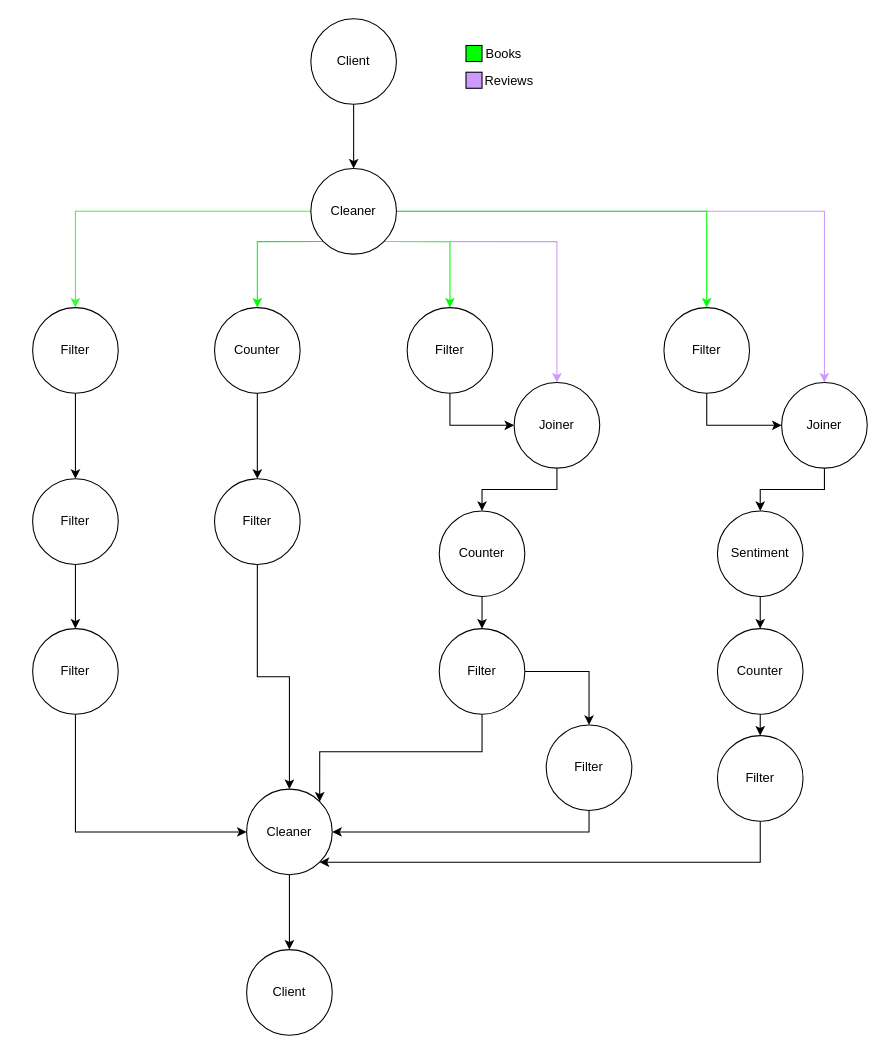
mateogdupont/escalabilidad keeps this draw.io diagram as page "DAG" (8 of 9) of diagrams/diagramas.drawio. Above is the earlier version. Source tidied: cells renumbered, new cells numbered last; positions are measured from the earlier drawing's top-left corner, leaving out a move shared by most shapes. Both pictures are drawn from the tidied source at 107%, with x=0, y=0 at pixel (32, 18).
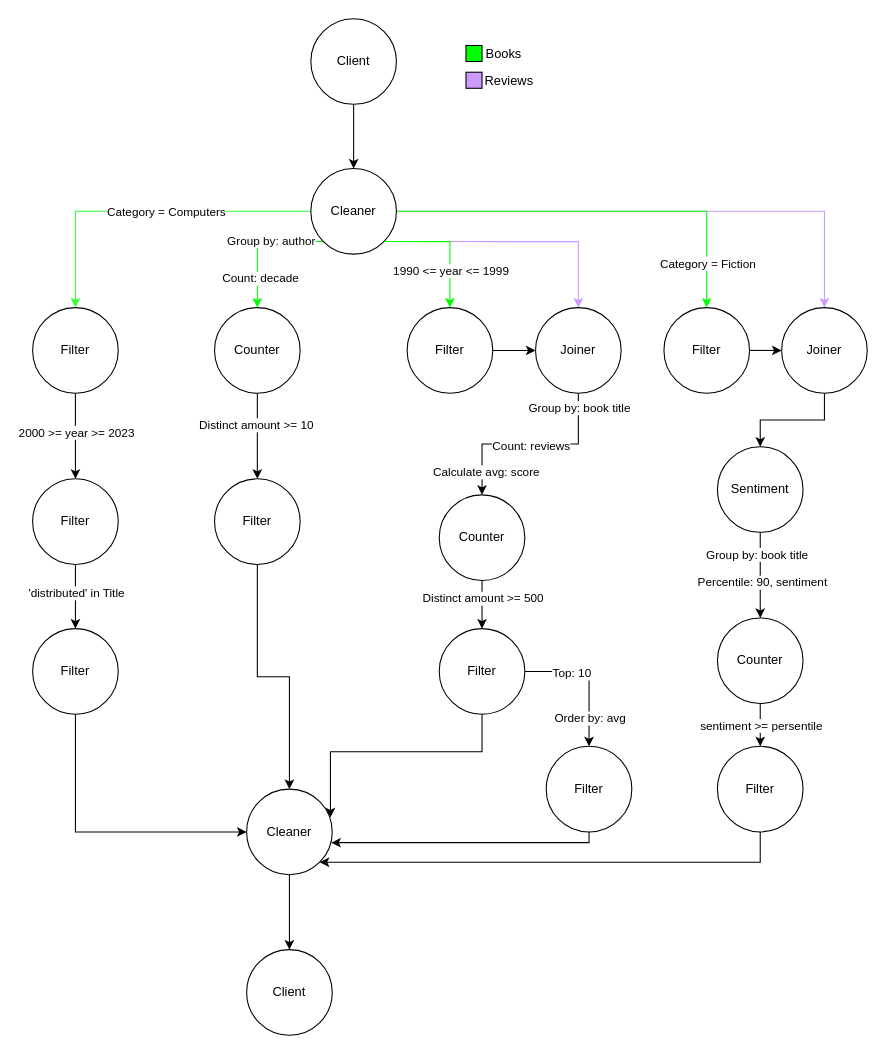
After the change.

The change refers to these unchanged cells:
```xml
<mxCell id="4" style="edgeStyle=orthogonalEdgeStyle;rounded=0;jettySize=auto;html=1;entryX=0.5;entryY=0;entryDx=0;entryDy=0;fillColor=#66FF66;strokeColor=#33FF33;" parent="1" edge="1" source="10" target="12">
  <mxGeometry relative="1" as="geometry" />
</mxCell>
<mxCell id="5" style="edgeStyle=orthogonalEdgeStyle;rounded=0;jettySize=auto;html=1;exitX=0;exitY=1;exitDx=0;exitDy=0;entryX=0.5;entryY=0;entryDx=0;entryDy=0;strokeColor=#00FF00;" parent="1" edge="1" source="10" target="21">
  <mxGeometry relative="1" as="geometry" />
</mxCell>
<mxCell id="9" style="edgeStyle=orthogonalEdgeStyle;rounded=0;jettySize=auto;html=1;exitX=1;exitY=0.5;exitDx=0;exitDy=0;entryX=0.5;entryY=0;entryDx=0;entryDy=0;strokeColor=#00FF00;" parent="1" edge="1" source="10" target="34">
  <mxGeometry relative="1" as="geometry" />
</mxCell>
<mxCell id="10" value="Cleaner" style="ellipse;whiteSpace=wrap;html=1;" parent="1" vertex="1">
  <mxGeometry x="260" y="140" width="80" height="80" as="geometry" />
</mxCell>
<mxCell id="11" style="edgeStyle=orthogonalEdgeStyle;rounded=0;jettySize=auto;html=1;exitX=0.5;exitY=1;exitDx=0;exitDy=0;entryX=0.5;entryY=0;entryDx=0;entryDy=0;" parent="1" edge="1" source="12" target="14">
  <mxGeometry relative="1" as="geometry" />
</mxCell>
<mxCell id="13" style="edgeStyle=orthogonalEdgeStyle;rounded=0;jettySize=auto;html=1;exitX=0.5;exitY=1;exitDx=0;exitDy=0;" parent="1" edge="1" source="14" target="16">
  <mxGeometry relative="1" as="geometry" />
</mxCell>
<mxCell id="18" value="Cleaner" style="ellipse;whiteSpace=wrap;html=1;" parent="1" vertex="1">
  <mxGeometry x="200" y="720" width="80" height="80" as="geometry" />
</mxCell>
<mxCell id="20" style="edgeStyle=orthogonalEdgeStyle;rounded=0;jettySize=auto;html=1;exitX=0.5;exitY=1;exitDx=0;exitDy=0;entryX=0.5;entryY=0;entryDx=0;entryDy=0;" parent="1" edge="1" source="21" target="23">
  <mxGeometry relative="1" as="geometry" />
</mxCell>
<mxCell id="25" value="Filter" style="ellipse;whiteSpace=wrap;html=1;" parent="1" vertex="1">
  <mxGeometry x="350" y="270" width="80" height="80" as="geometry" />
</mxCell>
<mxCell id="34" value="Filter" style="ellipse;whiteSpace=wrap;html=1;" parent="1" vertex="1">
  <mxGeometry x="590" y="270" width="80" height="80" as="geometry" />
</mxCell>
<mxCell id="44" value="Filter" style="ellipse;whiteSpace=wrap;html=1;" parent="1" vertex="1">
  <mxGeometry x="380" y="570" width="80" height="80" as="geometry" />
</mxCell>
```

Change to the diagram source:
```diff
@@
+    <mxCell id="49" value="Category = Computers" style="edgeLabel;html=1;align=center;verticalAlign=middle;" parent="4" vertex="1">
+      <mxGeometry x="-0.12" relative="1" as="geometry" />
+    </mxCell>
@@
-    <mxCell id="6" style="edgeStyle=orthogonalEdgeStyle;rounded=0;jettySize=auto;html=1;exitX=1;exitY=1;exitDx=0;exitDy=0;entryX=0.5;entryY=0;entryDx=0;entryDy=0;strokeColor=#00FF00;" parent="1" edge="1" source="10" target="25">
-      <mxGeometry relative="1" as="geometry" />
-    </mxCell>
-    <mxCell id="7" style="edgeStyle=orthogonalEdgeStyle;rounded=0;jettySize=auto;html=1;exitX=1;exitY=1;exitDx=0;exitDy=0;entryX=0.5;entryY=0;entryDx=0;entryDy=0;strokeColor=#CC99FF;" parent="1" edge="1" source="10" target="31">
-      <mxGeometry relative="1" as="geometry" />
-    </mxCell>
-    <mxCell id="8" style="edgeStyle=orthogonalEdgeStyle;rounded=0;jettySize=auto;html=1;exitX=1;exitY=0.5;exitDx=0;exitDy=0;entryX=0.5;entryY=0;entryDx=0;entryDy=0;strokeColor=#CC99FF;" parent="1" edge="1" source="10" target="42">
-      <mxGeometry relative="1" as="geometry" />
-    </mxCell>
+    <mxCell id="50" value="Group by: author" style="edgeLabel;html=1;align=center;verticalAlign=middle;" parent="5" vertex="1">
+      <mxGeometry x="-0.2" y="-1" relative="1" as="geometry" />
+    </mxCell>
+    <mxCell id="51" value="Count: decade" style="edgeLabel;html=1;align=center;verticalAlign=middle;" parent="5" vertex="1">
+      <mxGeometry x="0.56" y="2" relative="1" as="geometry" />
+    </mxCell>
+    <mxCell id="52" style="edgeStyle=orthogonalEdgeStyle;rounded=0;jettySize=auto;html=1;exitX=1;exitY=1;exitDx=0;exitDy=0;entryX=0.5;entryY=0;entryDx=0;entryDy=0;strokeColor=#CC99FF;" parent="1" edge="1" source="10" target="69">
+      <mxGeometry relative="1" as="geometry" />
+    </mxCell>
+    <mxCell id="53" style="edgeStyle=orthogonalEdgeStyle;rounded=0;jettySize=auto;html=1;exitX=1;exitY=0.5;exitDx=0;exitDy=0;entryX=0.5;entryY=0;entryDx=0;entryDy=0;strokeColor=#CC99FF;" parent="1" edge="1" source="10" target="81">
+      <mxGeometry relative="1" as="geometry" />
+    </mxCell>
@@
+    <mxCell id="54" value="Category = Fiction" style="edgeLabel;html=1;align=center;verticalAlign=middle;" parent="9" vertex="1">
+      <mxGeometry x="0.78" relative="1" as="geometry" />
+    </mxCell>
@@
+    <mxCell id="55" value="2000 &amp;gt;= year &amp;gt;= 2023" style="edgeLabel;html=1;align=center;verticalAlign=middle;" parent="11" vertex="1">
+      <mxGeometry x="-0.09" relative="1" as="geometry" />
+    </mxCell>
@@
+    <mxCell id="56" value="'distributed' in Title" style="edgeLabel;html=1;align=center;verticalAlign=middle;" parent="13" vertex="1">
+      <mxGeometry x="-0.15" relative="1" as="geometry" />
+    </mxCell>
@@
+    <mxCell id="57" value="Distinct amount &amp;gt;= 10" style="edgeLabel;html=1;align=center;verticalAlign=middle;" parent="20" vertex="1">
+      <mxGeometry x="-0.27" y="-2" relative="1" as="geometry" />
+    </mxCell>
@@
-    <mxCell id="24" style="edgeStyle=orthogonalEdgeStyle;rounded=0;jettySize=auto;html=1;exitX=0.5;exitY=1;exitDx=0;exitDy=0;entryX=0;entryY=0.5;entryDx=0;entryDy=0;" parent="1" edge="1" source="25" target="31">
-      <mxGeometry relative="1" as="geometry" />
-    </mxCell>
+    <mxCell id="58" style="edgeStyle=orthogonalEdgeStyle;rounded=0;jettySize=auto;html=1;exitX=1;exitY=0.5;exitDx=0;exitDy=0;entryX=0;entryY=0.5;entryDx=0;entryDy=0;" parent="1" edge="1" source="25" target="69">
+      <mxGeometry relative="1" as="geometry">
+        <Array as="points">
+          <mxPoint x="450" y="310" />
+          <mxPoint x="450" y="310" />
+        </Array>
+      </mxGeometry>
+    </mxCell>
@@
-    <mxCell id="26" style="edgeStyle=orthogonalEdgeStyle;rounded=0;jettySize=auto;html=1;exitX=0.5;exitY=1;exitDx=0;exitDy=0;entryX=0.5;entryY=0;entryDx=0;entryDy=0;" parent="1" edge="1" source="27" target="44">
-      <mxGeometry relative="1" as="geometry" />
-    </mxCell>
-    <mxCell id="27" value="Counter" style="ellipse;whiteSpace=wrap;html=1;" parent="1" vertex="1">
-      <mxGeometry x="380" y="460" width="80" height="80" as="geometry" />
-    </mxCell>
+    <mxCell id="59" style="edgeStyle=orthogonalEdgeStyle;rounded=0;jettySize=auto;html=1;exitX=0.5;exitY=1;exitDx=0;exitDy=0;entryX=0.5;entryY=0;entryDx=0;entryDy=0;" parent="1" edge="1" source="61" target="44">
+      <mxGeometry relative="1" as="geometry" />
+    </mxCell>
+    <mxCell id="60" value="Distinct amount &amp;gt;= 500" style="edgeLabel;html=1;align=center;verticalAlign=middle;" parent="59" vertex="1">
+      <mxGeometry x="-0.35" y="-3" relative="1" as="geometry">
+        <mxPoint x="3" y="1" as="offset" />
+      </mxGeometry>
+    </mxCell>
+    <mxCell id="61" value="Counter" style="ellipse;whiteSpace=wrap;html=1;" parent="1" vertex="1">
+      <mxGeometry x="380" y="445" width="80" height="80" as="geometry" />
+    </mxCell>
-    <mxCell id="28" style="edgeStyle=orthogonalEdgeStyle;rounded=0;jettySize=auto;html=1;exitX=0.5;exitY=1;exitDx=0;exitDy=0;entryX=1;entryY=0;entryDx=0;entryDy=0;" parent="1" edge="1" source="44" target="18">
+    <mxCell id="28" style="edgeStyle=orthogonalEdgeStyle;rounded=0;jettySize=auto;html=1;exitX=0.5;exitY=1;exitDx=0;exitDy=0;entryX=0.979;entryY=0.331;entryDx=0;entryDy=0;entryPerimeter=0;" parent="1" edge="1" source="44" target="18">
       <mxGeometry relative="1" as="geometry" />
     </mxCell>
-    <mxCell id="29" style="edgeStyle=orthogonalEdgeStyle;rounded=0;jettySize=auto;html=1;exitX=0.5;exitY=1;exitDx=0;exitDy=0;entryX=0.5;entryY=0;entryDx=0;entryDy=0;" parent="1" edge="1" source="31" target="27">
-      <mxGeometry relative="1" as="geometry" />
-    </mxCell>
-    <mxCell id="30" style="edgeStyle=orthogonalEdgeStyle;rounded=0;jettySize=auto;html=1;entryX=0.5;entryY=0;entryDx=0;entryDy=0;" parent="1" edge="1" source="44" target="33">
-      <mxGeometry relative="1" as="geometry" />
-    </mxCell>
-    <mxCell id="31" value="Joiner" style="ellipse;whiteSpace=wrap;html=1;" parent="1" vertex="1">
-      <mxGeometry x="450" y="340" width="80" height="80" as="geometry" />
-    </mxCell>
-    <mxCell id="32" style="edgeStyle=orthogonalEdgeStyle;rounded=0;jettySize=auto;html=1;exitX=0.5;exitY=1;exitDx=0;exitDy=0;entryX=1;entryY=0.5;entryDx=0;entryDy=0;" parent="1" edge="1" source="33" target="18">
-      <mxGeometry relative="1" as="geometry" />
-    </mxCell>
-    <mxCell id="33" value="Filter" style="ellipse;whiteSpace=wrap;html=1;" parent="1" vertex="1">
-      <mxGeometry x="480" y="660" width="80" height="80" as="geometry" />
-    </mxCell>
+    <mxCell id="62" style="edgeStyle=orthogonalEdgeStyle;rounded=0;jettySize=auto;html=1;exitX=0.5;exitY=1;exitDx=0;exitDy=0;entryX=0.5;entryY=0;entryDx=0;entryDy=0;" parent="1" edge="1" source="69" target="61">
+      <mxGeometry relative="1" as="geometry" />
+    </mxCell>
+    <mxCell id="63" value="Group by: book title" style="edgeLabel;html=1;align=center;verticalAlign=middle;" parent="62" vertex="1">
+      <mxGeometry x="-0.86" relative="1" as="geometry" />
+    </mxCell>
+    <mxCell id="64" value="Count: reviews" style="edgeLabel;html=1;align=center;verticalAlign=middle;" parent="62" vertex="1">
+      <mxGeometry x="-0.01" y="2" relative="1" as="geometry" />
+    </mxCell>
+    <mxCell id="65" value="Calculate avg: score" style="edgeLabel;html=1;align=center;verticalAlign=middle;" parent="62" vertex="1">
+      <mxGeometry x="0.76" y="3" relative="1" as="geometry" />
+    </mxCell>
+    <mxCell id="66" style="edgeStyle=orthogonalEdgeStyle;rounded=0;jettySize=auto;html=1;entryX=0.5;entryY=0;entryDx=0;entryDy=0;" parent="1" edge="1" source="44" target="71">
+      <mxGeometry relative="1" as="geometry" />
+    </mxCell>
+    <mxCell id="67" value="Top: 10" style="edgeLabel;html=1;align=center;verticalAlign=middle;" parent="66" vertex="1">
+      <mxGeometry x="-0.34" y="-1" relative="1" as="geometry" />
+    </mxCell>
+    <mxCell id="68" value="Order by: avg" style="edgeLabel;html=1;align=center;verticalAlign=middle;" parent="66" vertex="1">
+      <mxGeometry x="0.58" relative="1" as="geometry" />
+    </mxCell>
+    <mxCell id="69" value="Joiner" style="ellipse;whiteSpace=wrap;html=1;" parent="1" vertex="1">
+      <mxGeometry x="470" y="270" width="80" height="80" as="geometry" />
+    </mxCell>
+    <mxCell id="70" style="edgeStyle=orthogonalEdgeStyle;rounded=0;jettySize=auto;html=1;exitX=0.5;exitY=1;exitDx=0;exitDy=0;entryX=0.989;entryY=0.625;entryDx=0;entryDy=0;entryPerimeter=0;" parent="1" edge="1" source="71" target="18">
+      <mxGeometry relative="1" as="geometry">
+        <Array as="points">
+          <mxPoint x="520" y="770" />
+        </Array>
+      </mxGeometry>
+    </mxCell>
+    <mxCell id="71" value="Filter" style="ellipse;whiteSpace=wrap;html=1;" parent="1" vertex="1">
+      <mxGeometry x="480" y="680" width="80" height="80" as="geometry" />
+    </mxCell>
@@
-    <mxCell id="35" style="edgeStyle=orthogonalEdgeStyle;rounded=0;jettySize=auto;html=1;exitX=0.5;exitY=1;exitDx=0;exitDy=0;entryX=0.5;entryY=0;entryDx=0;entryDy=0;" parent="1" edge="1" source="36" target="38">
-      <mxGeometry relative="1" as="geometry" />
-    </mxCell>
+    <mxCell id="72" style="edgeStyle=orthogonalEdgeStyle;rounded=0;jettySize=auto;html=1;exitX=0.5;exitY=1;exitDx=0;exitDy=0;entryX=0.5;entryY=0;entryDx=0;entryDy=0;" parent="1" edge="1" source="36" target="77">
+      <mxGeometry relative="1" as="geometry" />
+    </mxCell>
+    <mxCell id="73" value="Group by: book title" style="edgeLabel;html=1;align=center;verticalAlign=middle;" parent="72" vertex="1">
+      <mxGeometry x="-0.49" y="-4" relative="1" as="geometry" />
+    </mxCell>
+    <mxCell id="74" value="Percentile: 90, sentiment" style="edgeLabel;html=1;align=center;verticalAlign=middle;" parent="72" vertex="1">
+      <mxGeometry x="0.16" y="1" relative="1" as="geometry" />
+    </mxCell>
     <mxCell id="36" value="Sentiment" style="ellipse;whiteSpace=wrap;html=1;" parent="1" vertex="1">
-      <mxGeometry x="640" y="460" width="80" height="80" as="geometry" />
+      <mxGeometry x="640" y="400" width="80" height="80" as="geometry" />
     </mxCell>
-    <mxCell id="37" style="edgeStyle=orthogonalEdgeStyle;rounded=0;jettySize=auto;html=1;exitX=0.5;exitY=1;exitDx=0;exitDy=0;entryX=0.5;entryY=0;entryDx=0;entryDy=0;" parent="1" edge="1" source="38" target="40">
-      <mxGeometry relative="1" as="geometry" />
-    </mxCell>
-    <mxCell id="38" value="Counter" style="ellipse;whiteSpace=wrap;html=1;" parent="1" vertex="1">
-      <mxGeometry x="640" y="570" width="80" height="80" as="geometry" />
-    </mxCell>
-    <mxCell id="39" style="edgeStyle=orthogonalEdgeStyle;rounded=0;jettySize=auto;html=1;exitX=0.5;exitY=1;exitDx=0;exitDy=0;entryX=1;entryY=1;entryDx=0;entryDy=0;" parent="1" edge="1" source="40" target="18">
-      <mxGeometry relative="1" as="geometry" />
-    </mxCell>
-    <mxCell id="40" value="Filter" style="ellipse;whiteSpace=wrap;html=1;" parent="1" vertex="1">
-      <mxGeometry x="640" y="670" width="80" height="80" as="geometry" />
-    </mxCell>
-    <mxCell id="41" style="edgeStyle=orthogonalEdgeStyle;rounded=0;jettySize=auto;html=1;exitX=0.5;exitY=1;exitDx=0;exitDy=0;entryX=0.5;entryY=0;entryDx=0;entryDy=0;" parent="1" edge="1" source="42" target="36">
-      <mxGeometry relative="1" as="geometry" />
-    </mxCell>
-    <mxCell id="42" value="Joiner" style="ellipse;whiteSpace=wrap;html=1;" parent="1" vertex="1">
-      <mxGeometry x="700" y="340" width="80" height="80" as="geometry" />
-    </mxCell>
-    <mxCell id="43" style="edgeStyle=orthogonalEdgeStyle;rounded=0;jettySize=auto;html=1;exitX=0.5;exitY=1;exitDx=0;exitDy=0;entryX=0;entryY=0.5;entryDx=0;entryDy=0;" parent="1" edge="1" source="34" target="42">
-      <mxGeometry relative="1" as="geometry" />
-    </mxCell>
+    <mxCell id="75" style="edgeStyle=orthogonalEdgeStyle;rounded=0;jettySize=auto;html=1;exitX=0.5;exitY=1;exitDx=0;exitDy=0;entryX=0.5;entryY=0;entryDx=0;entryDy=0;" parent="1" edge="1" source="77" target="79">
+      <mxGeometry relative="1" as="geometry" />
+    </mxCell>
+    <mxCell id="76" value="sentiment &amp;gt;= persentile" style="edgeLabel;html=1;align=center;verticalAlign=middle;" parent="75" vertex="1">
+      <mxGeometry x="-0.51" y="-2" relative="1" as="geometry">
+        <mxPoint x="2" y="10" as="offset" />
+      </mxGeometry>
+    </mxCell>
+    <mxCell id="77" value="Counter" style="ellipse;whiteSpace=wrap;html=1;" parent="1" vertex="1">
+      <mxGeometry x="640" y="560" width="80" height="80" as="geometry" />
+    </mxCell>
+    <mxCell id="78" style="edgeStyle=orthogonalEdgeStyle;rounded=0;jettySize=auto;html=1;exitX=0.5;exitY=1;exitDx=0;exitDy=0;entryX=1;entryY=1;entryDx=0;entryDy=0;" parent="1" edge="1" source="79" target="18">
+      <mxGeometry relative="1" as="geometry" />
+    </mxCell>
+    <mxCell id="79" value="Filter" style="ellipse;whiteSpace=wrap;html=1;" parent="1" vertex="1">
+      <mxGeometry x="640" y="680" width="80" height="80" as="geometry" />
+    </mxCell>
+    <mxCell id="80" style="edgeStyle=orthogonalEdgeStyle;rounded=0;jettySize=auto;html=1;exitX=0.5;exitY=1;exitDx=0;exitDy=0;entryX=0.5;entryY=0;entryDx=0;entryDy=0;" parent="1" edge="1" source="81" target="36">
+      <mxGeometry relative="1" as="geometry" />
+    </mxCell>
+    <mxCell id="81" value="Joiner" style="ellipse;whiteSpace=wrap;html=1;" parent="1" vertex="1">
+      <mxGeometry x="700" y="270" width="80" height="80" as="geometry" />
+    </mxCell>
+    <mxCell id="82" style="edgeStyle=orthogonalEdgeStyle;rounded=0;jettySize=auto;html=1;exitX=1;exitY=0.5;exitDx=0;exitDy=0;entryX=0;entryY=0.5;entryDx=0;entryDy=0;" parent="1" edge="1" source="34" target="81">
+      <mxGeometry relative="1" as="geometry" />
+    </mxCell>
@@
+    <mxCell id="6" style="edgeStyle=orthogonalEdgeStyle;rounded=0;jettySize=auto;html=1;exitX=1;exitY=1;exitDx=0;exitDy=0;entryX=0.5;entryY=0;entryDx=0;entryDy=0;strokeColor=#00FF00;" parent="1" edge="1" source="10" target="25">
+      <mxGeometry relative="1" as="geometry" />
+    </mxCell>
+    <mxCell id="83" value="1990 &amp;lt;= year &amp;lt;= 1999" style="edgeLabel;html=1;align=center;verticalAlign=middle;" parent="6" vertex="1">
+      <mxGeometry x="0.44" relative="1" as="geometry" />
+    </mxCell>
```
